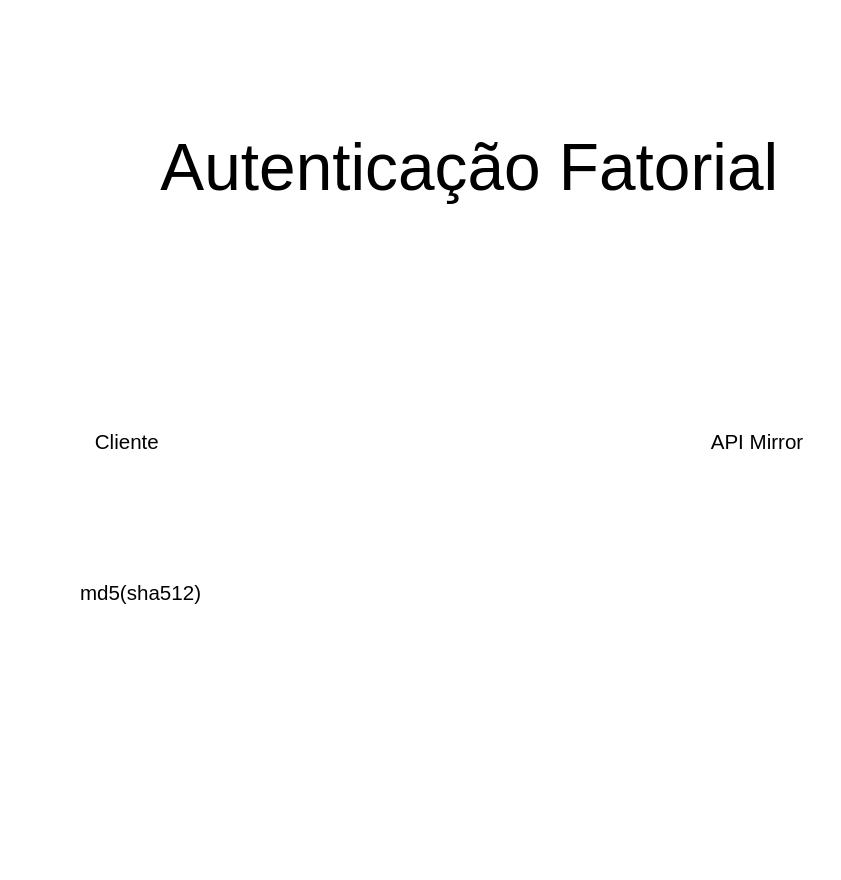
Earlier version of the draw.io diagram diagrama-geral.drawio (ci-dev-br/-xN-Apps-docs). Source tidied: cells renumbered, new cells numbered last; positions are measured from the earlier drawing's top-left corner, leaving out a move shared by most shapes. Both pictures are drawn from the tidied source at 137%, with x=0, y=0 at pixel (64, 119).
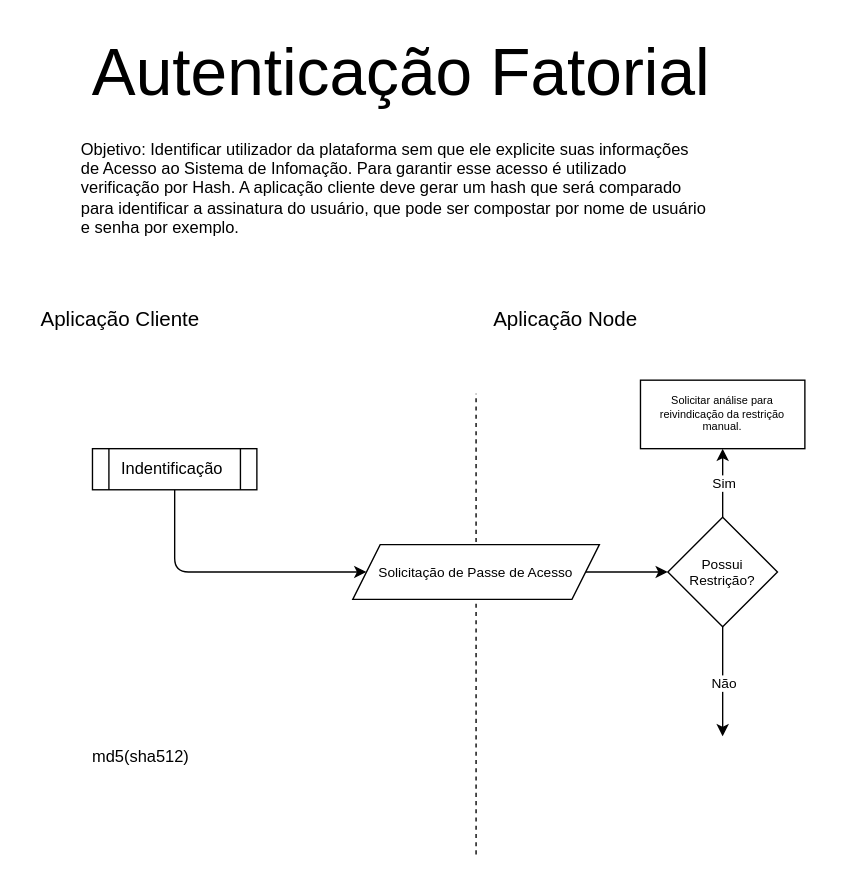
The same diagram, later.

Change to the diagram source:
```diff
@@
     <mxCell id="2" value="Autenticação Fatorial" style="text;html=1;align=center;verticalAlign=middle;strokeColor=none;fillColor=none;fontSize=48;" parent="1" vertex="1">
-      <mxGeometry x="60" width="470" height="70" as="geometry" />
+      <mxGeometry x="10" y="-70" width="470" height="70" as="geometry" />
     </mxCell>
-    <mxCell id="3" value="Cliente" style="text;html=1;align=center;verticalAlign=middle;strokeColor=none;fillColor=none;fontSize=15;" parent="1" vertex="1">
-      <mxGeometry x="10" y="220" width="70" height="30" as="geometry" />
+    <mxCell id="3" value="Aplicação Cliente" style="text;html=1;align=center;verticalAlign=middle;strokeColor=none;fillColor=none;fontSize=15;" parent="1" vertex="1">
+      <mxGeometry x="-30" y="130" width="140" height="30" as="geometry" />
     </mxCell>
-    <mxCell id="4" value="API Mirror" style="text;html=1;align=center;verticalAlign=middle;strokeColor=none;fillColor=none;fontSize=15;" parent="1" vertex="1">
-      <mxGeometry x="460" y="220" width="90" height="30" as="geometry" />
+    <mxCell id="4" value="Aplicação Node&lt;br&gt;" style="text;html=1;align=center;verticalAlign=middle;strokeColor=none;fillColor=none;fontSize=15;" parent="1" vertex="1">
+      <mxGeometry x="300" y="130" width="130" height="30" as="geometry" />
     </mxCell>
-    <mxCell id="5" value="md5(sha512)" style="text;html=1;align=center;verticalAlign=middle;strokeColor=none;fillColor=none;fontSize=15;" parent="1" vertex="1">
-      <mxGeometry y="330" width="110" height="30" as="geometry" />
+    <mxCell id="5" value="md5(sha512)" style="text;html=1;align=center;verticalAlign=middle;strokeColor=none;fillColor=none;fontSize=12;" parent="1" vertex="1">
+      <mxGeometry x="10" y="450" width="90" height="30" as="geometry" />
     </mxCell>
+    <mxCell id="6" value="&lt;span style=&quot;&quot;&gt;Objetivo: Identificar utilizador da plataforma sem que ele explicite suas informações de Acesso ao Sistema de Infomação. Para garantir esse acesso é utilizado verificação por Hash. A aplicação cliente deve gerar um hash que será comparado para identificar a assinatura do usuário, que pode ser compostar por nome de usuário e senha por exemplo.&amp;nbsp;&lt;/span&gt;" style="text;html=1;strokeColor=none;fillColor=none;align=left;verticalAlign=middle;whiteSpace=wrap;rounded=0;" parent="1" vertex="1">
+      <mxGeometry x="10" y="20" width="460" height="60" as="geometry" />
+    </mxCell>
+    <mxCell id="7" style="endArrow=none;dashed=1;html=1;fontSize=12;" parent="1" edge="1">
+      <mxGeometry relative="1" as="geometry">
+        <mxPoint x="300" y="536.2" as="sourcePoint" />
+        <mxPoint x="300" y="200" as="targetPoint" />
+      </mxGeometry>
+    </mxCell>
+    <mxCell id="8" style="edgeStyle=none;html=1;exitX=0.5;exitY=1;exitDx=0;exitDy=0;entryX=0;entryY=0.5;entryDx=0;entryDy=0;fontSize=12;" parent="1" edge="1" source="9" target="11">
+      <mxGeometry relative="1" as="geometry">
+        <Array as="points">
+          <mxPoint x="80" y="330" />
+        </Array>
+      </mxGeometry>
+    </mxCell>
+    <mxCell id="9" value="Indentificação&amp;nbsp;" style="shape=process;whiteSpace=wrap;html=1;backgroundOutline=1;fontSize=12;" parent="1" vertex="1">
+      <mxGeometry x="20" y="240" width="120" height="30" as="geometry" />
+    </mxCell>
+    <mxCell id="10" style="edgeStyle=none;html=1;exitX=1;exitY=0.5;exitDx=0;exitDy=0;fontSize=10;entryX=0;entryY=0.5;entryDx=0;entryDy=0;" parent="1" edge="1" source="11" target="16">
+      <mxGeometry relative="1" as="geometry" />
+    </mxCell>
+    <mxCell id="11" value="Solicitação de Passe de Acesso" style="shape=parallelogram;perimeter=parallelogramPerimeter;whiteSpace=wrap;html=1;fixedSize=1;fontSize=10;" parent="1" vertex="1">
+      <mxGeometry x="210" y="310" width="180" height="40" as="geometry" />
+    </mxCell>
+    <mxCell id="12" style="edgeStyle=none;html=1;exitX=0.5;exitY=1;exitDx=0;exitDy=0;fontSize=10;" parent="1" edge="1" source="16">
+      <mxGeometry relative="1" as="geometry">
+        <mxPoint x="480" y="450" as="targetPoint" />
+        <Array as="points">
+          <mxPoint x="480" y="410" />
+        </Array>
+      </mxGeometry>
+    </mxCell>
+    <mxCell id="13" value="Não" style="edgeLabel;html=1;align=center;verticalAlign=middle;fontSize=10;" parent="12" vertex="1">
+      <mxGeometry x="-0.25" y="-1" relative="1" as="geometry">
+        <mxPoint x="1" y="10" as="offset" />
+      </mxGeometry>
+    </mxCell>
+    <mxCell id="14" style="edgeStyle=none;html=1;exitX=0.5;exitY=0;exitDx=0;exitDy=0;fontSize=10;entryX=0.5;entryY=1;entryDx=0;entryDy=0;" parent="1" edge="1" source="16" target="17">
+      <mxGeometry relative="1" as="geometry" />
+    </mxCell>
+    <mxCell id="15" value="Sim" style="edgeLabel;html=1;align=center;verticalAlign=middle;fontSize=10;" parent="14" vertex="1">
+      <mxGeometry x="-0.29" y="1" relative="1" as="geometry">
+        <mxPoint x="1" y="-8" as="offset" />
+      </mxGeometry>
+    </mxCell>
+    <mxCell id="16" value="Possui Restrição?" style="rhombus;whiteSpace=wrap;html=1;fontSize=10;" parent="1" vertex="1">
+      <mxGeometry x="440" y="290" width="80" height="80" as="geometry" />
+    </mxCell>
+    <mxCell id="17" value="Solicitar análise para reivindicação da restrição manual." style="whiteSpace=wrap;html=1;fontSize=8;" parent="1" vertex="1">
+      <mxGeometry x="420" y="190" width="120" height="50" as="geometry" />
+    </mxCell>
```
